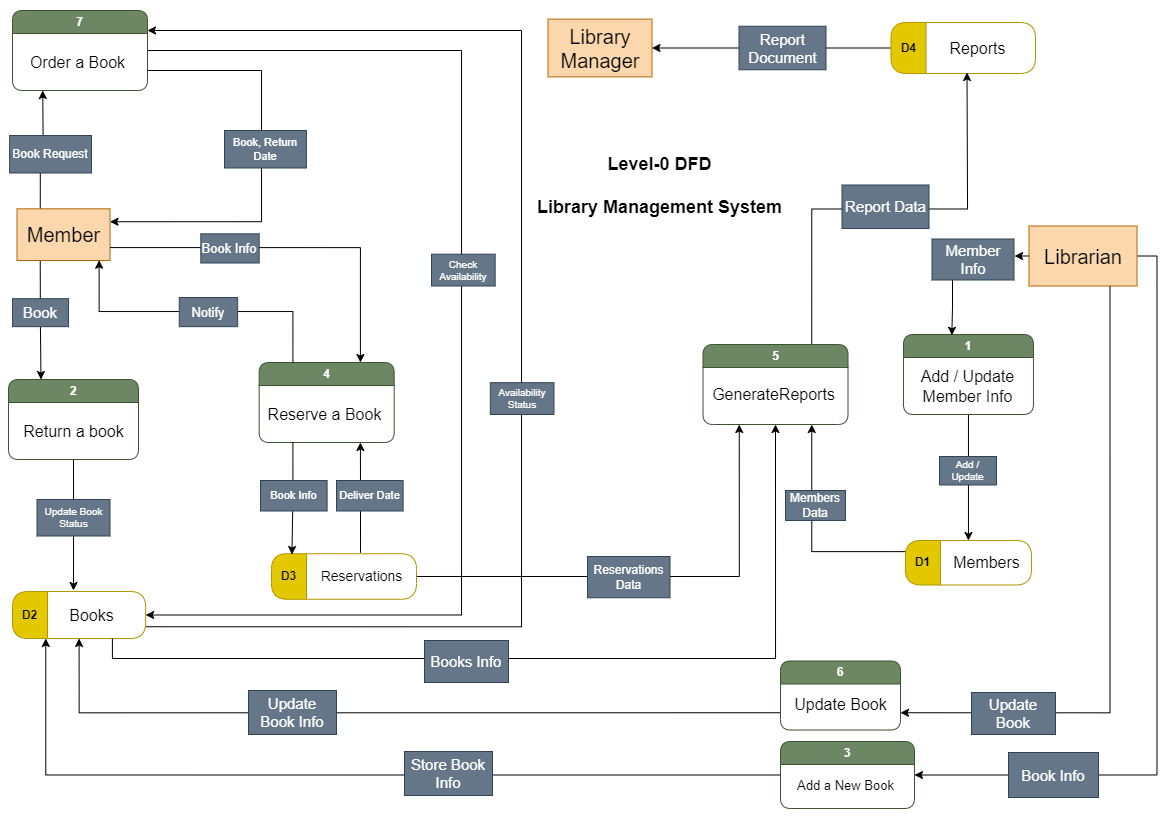
Before: Library Management System (Level-0 DFD).png, a diagram exported from draw.io (Abdulrahman-Sayed-1/Library-Management-System). Source tidied: cells renumbered, new cells last; positions are measured from the earlier drawing's top-left corner, leaving out a move shared by most shapes.
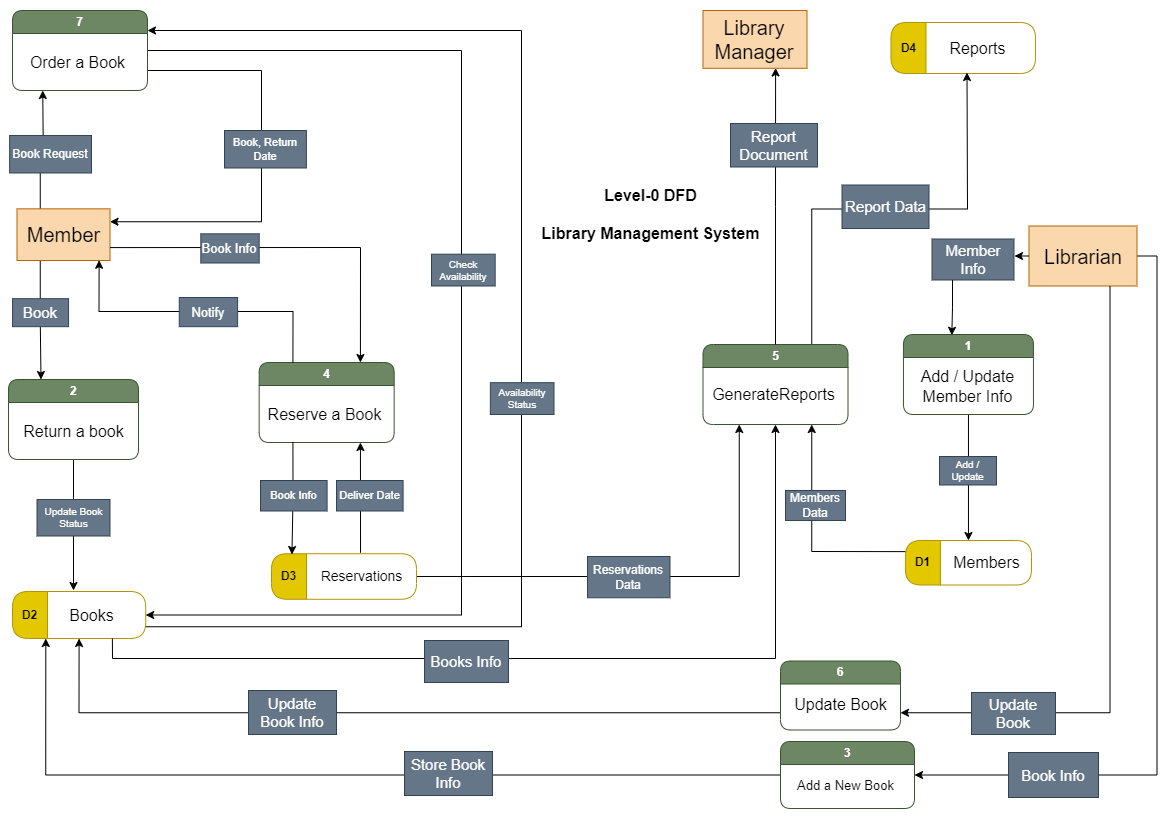
After the commit.

Commit message:
Added Dotted Arrow to Level-0 and Fixed Entity - Data Store Error

Diff of the diagram source:
```diff
@@ -157,11 +157,8 @@
       <mxGeometry relative="1" as="geometry" />
     </mxCell>
     <mxCell id="47" value="&lt;font style=&quot;font-size: 20px;&quot;&gt;Library&lt;br style=&quot;font-size: 20px;&quot;&gt;Manager&lt;/font&gt;" style="rounded=0;whiteSpace=wrap;html=1;fillColor=#fad7ac;strokeColor=#b46504;fontSize=20;" parent="1" vertex="1">
-      <mxGeometry x="539.5" y="8.6" width="104" height="57.8" as="geometry" />
+      <mxGeometry x="694.5" width="104" height="57.8" as="geometry" />
     </mxCell>
-    <mxCell id="48" style="edgeStyle=orthogonalEdgeStyle;rounded=0;jettySize=auto;html=1;exitX=0.5;exitY=0;exitDx=0;exitDy=0;entryX=1;entryY=0.5;entryDx=0;entryDy=0;" parent="1" edge="1" source="49" target="47">
-      <mxGeometry relative="1" as="geometry" />
-    </mxCell>
     <mxCell id="49" value="D4" style="swimlane;whiteSpace=wrap;html=1;direction=north;startSize=35;rounded=1;swimlaneLine=1;glass=0;shadow=0;fillColor=#e3c800;fontColor=#000000;strokeColor=#B09500;" parent="1" vertex="1">
       <mxGeometry x="882.5" y="12" width="144.5" height="51" as="geometry" />
     </mxCell>
@@ -173,9 +170,6 @@
         <mxPoint x="958.5" y="62" as="targetPoint" />
       </mxGeometry>
     </mxCell>
-    <mxCell id="52" value="Report&lt;br&gt;Document" style="rounded=0;whiteSpace=wrap;html=1;fillColor=#647687;strokeColor=#314354;fontColor=#ffffff;fontSize=15;" parent="1" vertex="1">
-      <mxGeometry x="730.5" y="15.8" width="87" height="43.5" as="geometry" />
-    </mxCell>
     <mxCell id="53" value="Member Info" style="rounded=0;whiteSpace=wrap;html=1;fillColor=#647687;strokeColor=#314354;fontColor=#ffffff;fontSize=15;" parent="1" vertex="1">
       <mxGeometry x="923.5" y="228.5" width="82" height="41" as="geometry" />
     </mxCell>
@@ -206,8 +200,8 @@
     <mxCell id="62" value="Reservations" style="text;html=1;align=center;verticalAlign=middle;strokeColor=none;fillColor=none;fontSize=14;" parent="61" vertex="1">
       <mxGeometry x="35" y="7.8" width="110" height="30" as="geometry" />
     </mxCell>
-    <mxCell id="63" value="Level-0 DFD&lt;br style=&quot;font-size: 18px;&quot;&gt;&lt;br style=&quot;font-size: 18px;&quot;&gt;Library Management System" style="text;html=1;align=center;verticalAlign=middle;strokeColor=none;fillColor=none;fontStyle=1;fontSize=18;" parent="1" vertex="1">
-      <mxGeometry x="516" y="135.5" width="270" height="80" as="geometry" />
+    <mxCell id="63" value="Level-0 DFD&lt;br style=&quot;font-size: 16px;&quot;&gt;&lt;br style=&quot;font-size: 16px;&quot;&gt;Library Management System" style="text;html=1;align=center;verticalAlign=middle;strokeColor=none;fillColor=none;fontStyle=1;fontSize=16;" parent="1" vertex="1">
+      <mxGeometry x="522" y="168.7" width="240" height="70" as="geometry" />
     </mxCell>
     <mxCell id="64" value="5" style="swimlane;whiteSpace=wrap;html=1;rounded=1;fillColor=#6d8764;fontColor=#ffffff;strokeColor=#3A5431;" parent="1" vertex="1">
       <mxGeometry x="694.5" y="334" width="145" height="80" as="geometry" />
@@ -233,5 +227,11 @@
     <mxCell id="71" value="Reservations&lt;br&gt;Data" style="rounded=0;whiteSpace=wrap;html=1;fillColor=#647687;strokeColor=#314354;fontColor=#ffffff;fontSize=12;" parent="1" vertex="1">
       <mxGeometry x="579" y="546" width="82.5" height="41.2" as="geometry" />
     </mxCell>
+    <mxCell id="72" style="edgeStyle=orthogonalEdgeStyle;rounded=0;jettySize=auto;html=1;exitX=0.5;exitY=0;exitDx=0;exitDy=0;entryX=0.698;entryY=0.995;entryDx=0;entryDy=0;entryPerimeter=0;" parent="1" edge="1" source="64" target="47">
+      <mxGeometry relative="1" as="geometry" />
+    </mxCell>
+    <mxCell id="52" value="Report&lt;br&gt;Document" style="rounded=0;whiteSpace=wrap;html=1;fillColor=#647687;strokeColor=#314354;fontColor=#ffffff;fontSize=15;" parent="1" vertex="1">
+      <mxGeometry x="722" y="113" width="87" height="43.5" as="geometry" />
+    </mxCell>
   </root>
 </mxGraphModel>
```
